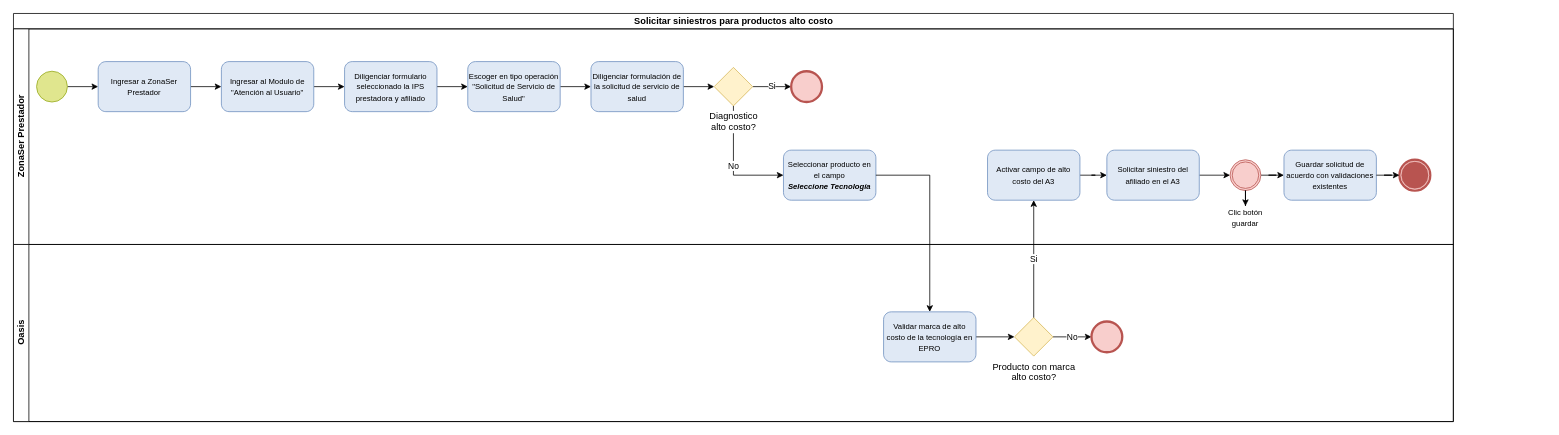
Before: Siniestros para productos alto costo.drawio in kevinjporto/Diagramas-de-procesos, a draw.io diagram. Source tidied: cells renumbered, new cells numbered last; positions are measured from the earlier drawing's top-left corner, leaving out a move shared by most shapes. Both pictures are drawn from the tidied source at 77%, with x=0, y=0 at pixel (13, 13).
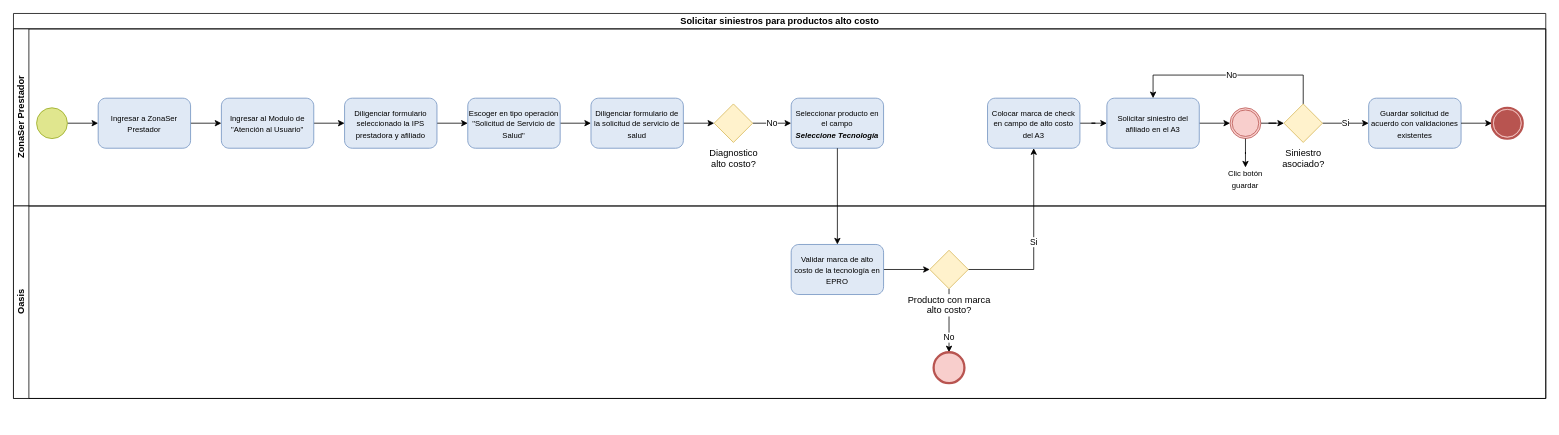
The same page after the edit.

What changed in the source:
```diff
@@
     <mxCell id="2" value="Solicitar siniestros para productos alto costo" style="swimlane;horizontal=1;startSize=20;html=1;" parent="1" vertex="1">
-      <mxGeometry width="1870" height="530" as="geometry" />
+      <mxGeometry width="1990" height="500" as="geometry" />
     </mxCell>
     <mxCell id="3" value="ZonaSer Prestador" style="swimlane;startSize=20;horizontal=0;html=1;" parent="2" vertex="1">
-      <mxGeometry y="20" width="1870" height="280" as="geometry" />
+      <mxGeometry y="20" width="1990" height="230" as="geometry" />
     </mxCell>
@@
     <mxCell id="5" style="points=[[0.145,0.145,0],[0.5,0,0],[0.855,0.145,0],[1,0.5,0],[0.855,0.855,0],[0.5,1,0],[0.145,0.855,0],[0,0.5,0]];shape=mxgraph.bpmn.event;html=1;verticalLabelPosition=bottom;labelBackgroundColor=#ffffff;verticalAlign=top;align=center;perimeter=ellipsePerimeter;outlineConnect=0;outline=standard;symbol=general;fillColor=#e0e68e;strokeColor=#95a81a;" parent="3" vertex="1">
-      <mxGeometry x="30" y="55" width="40" height="40" as="geometry" />
+      <mxGeometry x="30" y="102.5" width="40" height="40" as="geometry" />
     </mxCell>
@@
     <mxCell id="7" value="&lt;font style=&quot;font-size: 10px;&quot;&gt;Ingresar a ZonaSer Prestador&lt;/font&gt;" style="points=[[0.25,0,0],[0.5,0,0],[0.75,0,0],[1,0.25,0],[1,0.5,0],[1,0.75,0],[0.75,1,0],[0.5,1,0],[0.25,1,0],[0,0.75,0],[0,0.5,0],[0,0.25,0]];shape=mxgraph.bpmn.task;whiteSpace=wrap;rectStyle=rounded;size=10;html=1;taskMarker=abstract;fillColor=#E0E9F5;strokeColor=#6c8ebf;" parent="3" vertex="1">
-      <mxGeometry x="110" y="42.5" width="120" height="65" as="geometry" />
+      <mxGeometry x="110" y="90" width="120" height="65" as="geometry" />
     </mxCell>
@@
     <mxCell id="9" value="&lt;font style=&quot;font-size: 10px;&quot;&gt;Ingresar al Modulo de &quot;Atención al Usuario&quot;&lt;/font&gt;" style="points=[[0.25,0,0],[0.5,0,0],[0.75,0,0],[1,0.25,0],[1,0.5,0],[1,0.75,0],[0.75,1,0],[0.5,1,0],[0.25,1,0],[0,0.75,0],[0,0.5,0],[0,0.25,0]];shape=mxgraph.bpmn.task;whiteSpace=wrap;rectStyle=rounded;size=10;html=1;taskMarker=abstract;fillColor=#E0E9F5;strokeColor=#6c8ebf;" parent="3" vertex="1">
-      <mxGeometry x="270" y="42.5" width="120" height="65" as="geometry" />
+      <mxGeometry x="270" y="90" width="120" height="65" as="geometry" />
     </mxCell>
@@
     <mxCell id="11" value="&lt;font style=&quot;font-size: 10px;&quot;&gt;Diligenciar formulario seleccionado la IPS prestadora y afiliado&lt;/font&gt;" style="points=[[0.25,0,0],[0.5,0,0],[0.75,0,0],[1,0.25,0],[1,0.5,0],[1,0.75,0],[0.75,1,0],[0.5,1,0],[0.25,1,0],[0,0.75,0],[0,0.5,0],[0,0.25,0]];shape=mxgraph.bpmn.task;whiteSpace=wrap;rectStyle=rounded;size=10;html=1;taskMarker=abstract;fillColor=#E0E9F5;strokeColor=#6c8ebf;" parent="3" vertex="1">
-      <mxGeometry x="430" y="42.5" width="120" height="65" as="geometry" />
+      <mxGeometry x="430" y="90" width="120" height="65" as="geometry" />
     </mxCell>
@@
     <mxCell id="13" value="&lt;font style=&quot;font-size: 10px;&quot;&gt;Escoger en tipo operación &quot;Solicitud de Servicio de Salud&quot;&lt;/font&gt;" style="points=[[0.25,0,0],[0.5,0,0],[0.75,0,0],[1,0.25,0],[1,0.5,0],[1,0.75,0],[0.75,1,0],[0.5,1,0],[0.25,1,0],[0,0.75,0],[0,0.5,0],[0,0.25,0]];shape=mxgraph.bpmn.task;whiteSpace=wrap;rectStyle=rounded;size=10;html=1;taskMarker=abstract;fillColor=#E0E9F5;strokeColor=#6c8ebf;" parent="3" vertex="1">
-      <mxGeometry x="590" y="42.5" width="120" height="65" as="geometry" />
+      <mxGeometry x="590" y="90" width="120" height="65" as="geometry" />
     </mxCell>
@@
-    <mxCell id="15" value="&lt;font style=&quot;font-size: 10px;&quot;&gt;Diligenciar formulación de la solicitud de servicio de salud&lt;/font&gt;" style="points=[[0.25,0,0],[0.5,0,0],[0.75,0,0],[1,0.25,0],[1,0.5,0],[1,0.75,0],[0.75,1,0],[0.5,1,0],[0.25,1,0],[0,0.75,0],[0,0.5,0],[0,0.25,0]];shape=mxgraph.bpmn.task;whiteSpace=wrap;rectStyle=rounded;size=10;html=1;taskMarker=abstract;fillColor=#E0E9F5;strokeColor=#6c8ebf;" parent="3" vertex="1">
-      <mxGeometry x="750" y="42.5" width="120" height="65" as="geometry" />
+    <mxCell id="15" value="&lt;font style=&quot;font-size: 10px;&quot;&gt;Diligenciar formulario de la solicitud de servicio de salud&lt;/font&gt;" style="points=[[0.25,0,0],[0.5,0,0],[0.75,0,0],[1,0.25,0],[1,0.5,0],[1,0.75,0],[0.75,1,0],[0.5,1,0],[0.25,1,0],[0,0.75,0],[0,0.5,0],[0,0.25,0]];shape=mxgraph.bpmn.task;whiteSpace=wrap;rectStyle=rounded;size=10;html=1;taskMarker=abstract;fillColor=#E0E9F5;strokeColor=#6c8ebf;" parent="3" vertex="1">
+      <mxGeometry x="750" y="90" width="120" height="65" as="geometry" />
     </mxCell>
-    <mxCell id="16" style="edgeStyle=orthogonalEdgeStyle;rounded=0;jettySize=auto;html=1;entryX=0;entryY=0.5;entryDx=0;entryDy=0;entryPerimeter=0;" parent="3" edge="1" source="17" target="29">
-      <mxGeometry relative="1" as="geometry" />
-    </mxCell>
+    <mxCell id="40" style="edgeStyle=orthogonalEdgeStyle;rounded=0;jettySize=auto;html=1;" parent="3" edge="1" source="17" target="42">
+      <mxGeometry relative="1" as="geometry" />
+    </mxCell>
     <mxCell id="17" style="points=[[0.145,0.145,0],[0.5,0,0],[0.855,0.145,0],[1,0.5,0],[0.855,0.855,0],[0.5,1,0],[0.145,0.855,0],[0,0.5,0]];shape=mxgraph.bpmn.event;html=1;verticalLabelPosition=bottom;labelBackgroundColor=#ffffff;verticalAlign=top;align=center;perimeter=ellipsePerimeter;outlineConnect=0;outline=throwing;symbol=general;fillColor=#f8cecc;strokeColor=#b85450;" parent="3" vertex="1">
-      <mxGeometry x="1580" y="170" width="40" height="40" as="geometry" />
+      <mxGeometry x="1580" y="102.5" width="40" height="40" as="geometry" />
     </mxCell>
-    <mxCell id="18" value="Si" style="edgeStyle=orthogonalEdgeStyle;rounded=0;jettySize=auto;html=1;" parent="3" edge="1" source="20" target="23">
-      <mxGeometry relative="1" as="geometry" />
-    </mxCell>
     <mxCell id="19" value="No" style="edgeStyle=orthogonalEdgeStyle;rounded=0;jettySize=auto;html=1;entryX=0;entryY=0.5;entryDx=0;entryDy=0;entryPerimeter=0;" parent="3" edge="1" source="20" target="24">
-      <mxGeometry relative="1" as="geometry">
-        <Array as="points">
-          <mxPoint x="935" y="190" />
-        </Array>
-      </mxGeometry>
+      <mxGeometry relative="1" as="geometry" />
     </mxCell>
     <mxCell id="20" value="Diagnostico&lt;br&gt;alto costo?" style="points=[[0.25,0.25,0],[0.5,0,0],[0.75,0.25,0],[1,0.5,0],[0.75,0.75,0],[0.5,1,0],[0.25,0.75,0],[0,0.5,0]];shape=mxgraph.bpmn.gateway2;html=1;verticalLabelPosition=bottom;labelBackgroundColor=#ffffff;verticalAlign=top;align=center;perimeter=rhombusPerimeter;outlineConnect=0;outline=none;symbol=none;fillColor=#fff2cc;strokeColor=#d6b656;" parent="3" vertex="1">
-      <mxGeometry x="910" y="50" width="50" height="50" as="geometry" />
+      <mxGeometry x="910" y="97.5" width="50" height="50" as="geometry" />
     </mxCell>
     <mxCell id="21" value="&lt;font style=&quot;font-size: 10px;&quot;&gt;Clic botón guardar&lt;/font&gt;" style="text;html=1;strokeColor=none;fillColor=none;align=center;verticalAlign=middle;whiteSpace=wrap;rounded=0;" parent="3" vertex="1">
-      <mxGeometry x="1570" y="230" width="60" height="30" as="geometry" />
+      <mxGeometry x="1570" y="180" width="60" height="30" as="geometry" />
     </mxCell>
@@
-    <mxCell id="23" style="points=[[0.145,0.145,0],[0.5,0,0],[0.855,0.145,0],[1,0.5,0],[0.855,0.855,0],[0.5,1,0],[0.145,0.855,0],[0,0.5,0]];shape=mxgraph.bpmn.event;html=1;verticalLabelPosition=bottom;labelBackgroundColor=#ffffff;verticalAlign=top;align=center;perimeter=ellipsePerimeter;outlineConnect=0;outline=end;symbol=terminate2;fillColor=#f8cecc;strokeColor=#b85450;" parent="3" vertex="1">
-      <mxGeometry x="1010" y="55" width="40" height="40" as="geometry" />
-    </mxCell>
     <mxCell id="24" value="&lt;span style=&quot;font-size: 10px;&quot;&gt;Seleccionar producto en el campo &lt;i&gt;&lt;b&gt;Seleccione&amp;nbsp;Tecnología&lt;/b&gt;&lt;/i&gt;&lt;/span&gt;" style="points=[[0.25,0,0],[0.5,0,0],[0.75,0,0],[1,0.25,0],[1,0.5,0],[1,0.75,0],[0.75,1,0],[0.5,1,0],[0.25,1,0],[0,0.75,0],[0,0.5,0],[0,0.25,0]];shape=mxgraph.bpmn.task;whiteSpace=wrap;rectStyle=rounded;size=10;html=1;taskMarker=abstract;fillColor=#E0E9F5;strokeColor=#6c8ebf;" parent="3" vertex="1">
-      <mxGeometry x="1000" y="157.5" width="120" height="65" as="geometry" />
+      <mxGeometry x="1010" y="90" width="120" height="65" as="geometry" />
     </mxCell>
@@
-    <mxCell id="26" value="&lt;span style=&quot;font-size: 10px;&quot;&gt;Activar campo de alto costo del A3&lt;/span&gt;" style="points=[[0.25,0,0],[0.5,0,0],[0.75,0,0],[1,0.25,0],[1,0.5,0],[1,0.75,0],[0.75,1,0],[0.5,1,0],[0.25,1,0],[0,0.75,0],[0,0.5,0],[0,0.25,0]];shape=mxgraph.bpmn.task;whiteSpace=wrap;rectStyle=rounded;size=10;html=1;taskMarker=abstract;fillColor=#E0E9F5;strokeColor=#6c8ebf;" parent="3" vertex="1">
-      <mxGeometry x="1265" y="157.5" width="120" height="65" as="geometry" />
+    <mxCell id="26" value="&lt;span style=&quot;font-size: 10px;&quot;&gt;Colocar marca de check en campo de alto costo del A3&lt;/span&gt;" style="points=[[0.25,0,0],[0.5,0,0],[0.75,0,0],[1,0.25,0],[1,0.5,0],[1,0.75,0],[0.75,1,0],[0.5,1,0],[0.25,1,0],[0,0.75,0],[0,0.5,0],[0,0.25,0]];shape=mxgraph.bpmn.task;whiteSpace=wrap;rectStyle=rounded;size=10;html=1;taskMarker=abstract;fillColor=#E0E9F5;strokeColor=#6c8ebf;" parent="3" vertex="1">
+      <mxGeometry x="1265" y="90" width="120" height="65" as="geometry" />
     </mxCell>
@@
     <mxCell id="28" value="&lt;span style=&quot;font-size: 10px;&quot;&gt;Solicitar siniestro del afiliado en el A3&lt;/span&gt;" style="points=[[0.25,0,0],[0.5,0,0],[0.75,0,0],[1,0.25,0],[1,0.5,0],[1,0.75,0],[0.75,1,0],[0.5,1,0],[0.25,1,0],[0,0.75,0],[0,0.5,0],[0,0.25,0]];shape=mxgraph.bpmn.task;whiteSpace=wrap;rectStyle=rounded;size=10;html=1;taskMarker=abstract;fillColor=#E0E9F5;strokeColor=#6c8ebf;" parent="3" vertex="1">
-      <mxGeometry x="1420" y="157.5" width="120" height="65" as="geometry" />
+      <mxGeometry x="1420" y="90" width="120" height="65" as="geometry" />
     </mxCell>
     <mxCell id="29" value="&lt;span style=&quot;font-size: 10px;&quot;&gt;Guardar solicitud de acuerdo con validaciones existentes&lt;/span&gt;" style="points=[[0.25,0,0],[0.5,0,0],[0.75,0,0],[1,0.25,0],[1,0.5,0],[1,0.75,0],[0.75,1,0],[0.5,1,0],[0.25,1,0],[0,0.75,0],[0,0.5,0],[0,0.25,0]];shape=mxgraph.bpmn.task;whiteSpace=wrap;rectStyle=rounded;size=10;html=1;taskMarker=abstract;fillColor=#E0E9F5;strokeColor=#6c8ebf;" parent="3" vertex="1">
-      <mxGeometry x="1650" y="157.5" width="120" height="65" as="geometry" />
+      <mxGeometry x="1760" y="90" width="120" height="65" as="geometry" />
     </mxCell>
     <mxCell id="30" style="points=[[0.145,0.145,0],[0.5,0,0],[0.855,0.145,0],[1,0.5,0],[0.855,0.855,0],[0.5,1,0],[0.145,0.855,0],[0,0.5,0]];shape=mxgraph.bpmn.event;html=1;verticalLabelPosition=bottom;labelBackgroundColor=#ffffff;verticalAlign=top;align=center;perimeter=ellipsePerimeter;outlineConnect=0;outline=end;symbol=terminate;fillColor=#f8cecc;strokeColor=#b85450;" parent="3" vertex="1">
-      <mxGeometry x="1800" y="170" width="40" height="40" as="geometry" />
+      <mxGeometry x="1920" y="102.5" width="40" height="40" as="geometry" />
     </mxCell>
@@
+    <mxCell id="18" value="Si" style="edgeStyle=orthogonalEdgeStyle;rounded=0;jettySize=auto;html=1;entryX=0;entryY=0.5;entryDx=0;entryDy=0;entryPerimeter=0;" parent="3" edge="1" source="42" target="29">
+      <mxGeometry relative="1" as="geometry" />
+    </mxCell>
+    <mxCell id="41" value="No" style="edgeStyle=orthogonalEdgeStyle;rounded=0;jettySize=auto;html=1;entryX=0.5;entryY=0;entryDx=0;entryDy=0;entryPerimeter=0;" parent="3" edge="1" source="42" target="28">
+      <mxGeometry relative="1" as="geometry">
+        <Array as="points">
+          <mxPoint x="1675" y="60" />
+          <mxPoint x="1480" y="60" />
+        </Array>
+      </mxGeometry>
+    </mxCell>
+    <mxCell id="42" value="Siniestro&lt;br&gt;asociado?" style="points=[[0.25,0.25,0],[0.5,0,0],[0.75,0.25,0],[1,0.5,0],[0.75,0.75,0],[0.5,1,0],[0.25,0.75,0],[0,0.5,0]];shape=mxgraph.bpmn.gateway2;html=1;verticalLabelPosition=bottom;labelBackgroundColor=#ffffff;verticalAlign=top;align=center;perimeter=rhombusPerimeter;outlineConnect=0;outline=none;symbol=none;fillColor=#fff2cc;strokeColor=#d6b656;" parent="3" vertex="1">
+      <mxGeometry x="1650" y="97.5" width="50" height="50" as="geometry" />
+    </mxCell>
+    <mxCell id="38" style="edgeStyle=orthogonalEdgeStyle;rounded=0;jettySize=auto;html=1;" parent="2" edge="1" source="24" target="36">
+      <mxGeometry relative="1" as="geometry" />
+    </mxCell>
+    <mxCell id="39" value="Si" style="edgeStyle=orthogonalEdgeStyle;rounded=0;jettySize=auto;html=1;entryX=0.5;entryY=1;entryDx=0;entryDy=0;entryPerimeter=0;" parent="2" edge="1" source="34" target="26">
+      <mxGeometry relative="1" as="geometry" />
+    </mxCell>
     <mxCell id="32" value="Oasis" style="swimlane;startSize=20;horizontal=0;html=1;" parent="2" vertex="1">
-      <mxGeometry y="300" width="1870" height="230" as="geometry" />
+      <mxGeometry y="250" width="1990" height="250" as="geometry" />
     </mxCell>
     <mxCell id="33" value="No" style="edgeStyle=orthogonalEdgeStyle;rounded=0;jettySize=auto;html=1;" parent="32" edge="1" source="34" target="37">
-      <mxGeometry relative="1" as="geometry" />
+      <mxGeometry x="0.52" relative="1" as="geometry" />
     </mxCell>
     <mxCell id="34" value="Producto con marca&lt;br&gt;alto costo?" style="points=[[0.25,0.25,0],[0.5,0,0],[0.75,0.25,0],[1,0.5,0],[0.75,0.75,0],[0.5,1,0],[0.25,0.75,0],[0,0.5,0]];shape=mxgraph.bpmn.gateway2;html=1;verticalLabelPosition=bottom;labelBackgroundColor=#ffffff;verticalAlign=top;align=center;perimeter=rhombusPerimeter;outlineConnect=0;outline=none;symbol=none;fillColor=#fff2cc;strokeColor=#d6b656;" parent="32" vertex="1">
-      <mxGeometry x="1300" y="95" width="50" height="50" as="geometry" />
+      <mxGeometry x="1190" y="57.5" width="50" height="50" as="geometry" />
     </mxCell>
@@
     <mxCell id="36" value="&lt;span style=&quot;font-size: 10px;&quot;&gt;Validar marca de alto costo de la tecnología&amp;nbsp;en EPRO&lt;/span&gt;" style="points=[[0.25,0,0],[0.5,0,0],[0.75,0,0],[1,0.25,0],[1,0.5,0],[1,0.75,0],[0.75,1,0],[0.5,1,0],[0.25,1,0],[0,0.75,0],[0,0.5,0],[0,0.25,0]];shape=mxgraph.bpmn.task;whiteSpace=wrap;rectStyle=rounded;size=10;html=1;taskMarker=abstract;fillColor=#E0E9F5;strokeColor=#6c8ebf;" parent="32" vertex="1">
-      <mxGeometry x="1130" y="87.5" width="120" height="65" as="geometry" />
+      <mxGeometry x="1010" y="50" width="120" height="65" as="geometry" />
     </mxCell>
     <mxCell id="37" style="points=[[0.145,0.145,0],[0.5,0,0],[0.855,0.145,0],[1,0.5,0],[0.855,0.855,0],[0.5,1,0],[0.145,0.855,0],[0,0.5,0]];shape=mxgraph.bpmn.event;html=1;verticalLabelPosition=bottom;labelBackgroundColor=#ffffff;verticalAlign=top;align=center;perimeter=ellipsePerimeter;outlineConnect=0;outline=end;symbol=terminate2;fillColor=#f8cecc;strokeColor=#b85450;" parent="32" vertex="1">
-      <mxGeometry x="1400" y="100" width="40" height="40" as="geometry" />
+      <mxGeometry x="1195" y="190" width="40" height="40" as="geometry" />
     </mxCell>
-    <mxCell id="38" style="edgeStyle=orthogonalEdgeStyle;rounded=0;jettySize=auto;html=1;" parent="2" edge="1" source="24" target="36">
-      <mxGeometry relative="1" as="geometry" />
-    </mxCell>
-    <mxCell id="39" value="Si" style="edgeStyle=orthogonalEdgeStyle;rounded=0;jettySize=auto;html=1;entryX=0.5;entryY=1;entryDx=0;entryDy=0;entryPerimeter=0;" parent="2" edge="1" source="34" target="26">
-      <mxGeometry relative="1" as="geometry" />
-    </mxCell>
```
